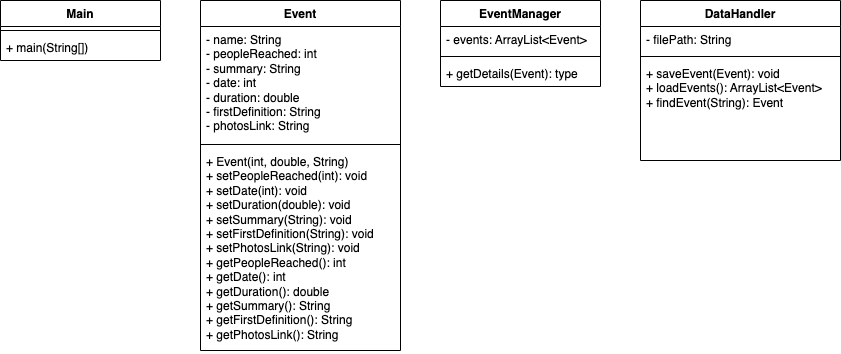
Above: documentation/UML.png in IHyperspaceI/CS-IA (draw.io), before the change. Source tidied: cells renumbered, new cells last; positions are measured from the earlier drawing's top-left corner, leaving out a move shared by most shapes.
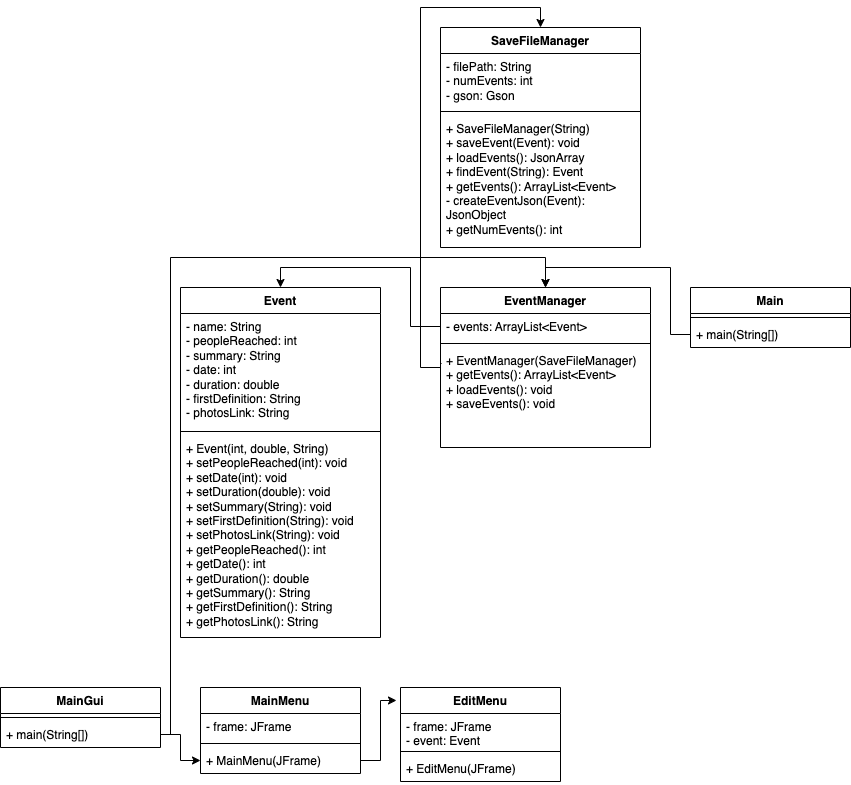
After the commit.

Commit message:
load to GitHub

The edit, as a diff of the source:
```diff
@@ -3,7 +3,7 @@
     <mxCell id="0" />
     <mxCell id="1" parent="0" />
     <mxCell id="2" value="Event" style="swimlane;fontStyle=1;align=center;verticalAlign=top;horizontal=1;startSize=26;whiteSpace=wrap;html=1;" parent="1" vertex="1">
-      <mxGeometry x="200" width="200" height="350" as="geometry" />
+      <mxGeometry x="180" width="200" height="350" as="geometry" />
     </mxCell>
     <mxCell id="3" value="- name: String&lt;br&gt;- peopleReached: int&lt;br style=&quot;border-color: var(--border-color);&quot;&gt;- summary: String&lt;br style=&quot;border-color: var(--border-color);&quot;&gt;- date: int&lt;br&gt;- duration: double&lt;br&gt;- firstDefinition: String&lt;br&gt;- photosLink: String" style="text;strokeColor=none;fillColor=none;align=left;verticalAlign=top;spacingLeft=4;spacingRight=4;overflow=hidden;whiteSpace=wrap;html=1;" parent="2" vertex="1">
       <mxGeometry y="26" width="200" height="114" as="geometry" />
@@ -15,7 +15,7 @@
       <mxGeometry y="148" width="200" height="202" as="geometry" />
     </mxCell>
     <mxCell id="6" value="Main" style="swimlane;fontStyle=1;align=center;verticalAlign=top;horizontal=1;startSize=26;whiteSpace=wrap;html=1;" parent="1" vertex="1">
-      <mxGeometry width="160" height="60" as="geometry" />
+      <mxGeometry x="690" width="160" height="60" as="geometry" />
     </mxCell>
     <mxCell id="7" style="line;strokeWidth=1;fillColor=none;align=left;verticalAlign=middle;spacingTop=-1;spacingLeft=3;spacingRight=3;labelPosition=right;strokeColor=inherit;" parent="6" vertex="1">
       <mxGeometry y="26" width="160" height="8" as="geometry" />
@@ -24,28 +24,93 @@
       <mxGeometry y="34" width="160" height="26" as="geometry" />
     </mxCell>
     <mxCell id="9" value="EventManager" style="swimlane;fontStyle=1;align=center;verticalAlign=top;horizontal=1;startSize=26;whiteSpace=wrap;html=1;" parent="1" vertex="1">
-      <mxGeometry x="440" width="160" height="86" as="geometry" />
+      <mxGeometry x="440" width="210" height="160" as="geometry" />
     </mxCell>
     <mxCell id="10" value="- events: ArrayList&amp;lt;Event&amp;gt;" style="text;strokeColor=none;fillColor=none;align=left;verticalAlign=top;spacingLeft=4;spacingRight=4;overflow=hidden;points=[[0,0.5],[1,0.5]];portConstraint=eastwest;whiteSpace=wrap;html=1;" parent="9" vertex="1">
-      <mxGeometry y="26" width="160" height="26" as="geometry" />
+      <mxGeometry y="26" width="210" height="26" as="geometry" />
     </mxCell>
     <mxCell id="11" style="line;strokeWidth=1;fillColor=none;align=left;verticalAlign=middle;spacingTop=-1;spacingLeft=3;spacingRight=3;labelPosition=right;strokeColor=inherit;" parent="9" vertex="1">
-      <mxGeometry y="52" width="160" height="8" as="geometry" />
+      <mxGeometry y="52" width="210" height="8" as="geometry" />
     </mxCell>
-    <mxCell id="12" value="+ getDetails(Event): type" style="text;strokeColor=none;fillColor=none;align=left;verticalAlign=top;spacingLeft=4;spacingRight=4;overflow=hidden;points=[[0,0.5],[1,0.5]];portConstraint=eastwest;whiteSpace=wrap;html=1;" parent="9" vertex="1">
-      <mxGeometry y="60" width="160" height="26" as="geometry" />
+    <mxCell id="12" value="+ EventManager(SaveFileManager)&lt;br&gt;+ getEvents(): ArrayList&amp;lt;Event&amp;gt;&lt;br&gt;+ loadEvents(): void&lt;br&gt;+ saveEvents(): void" style="text;strokeColor=none;fillColor=none;align=left;verticalAlign=top;spacingLeft=4;spacingRight=4;overflow=hidden;points=[[0,0.5],[1,0.5]];portConstraint=eastwest;whiteSpace=wrap;html=1;" parent="9" vertex="1">
+      <mxGeometry y="60" width="210" height="100" as="geometry" />
     </mxCell>
-    <mxCell id="13" value="DataHandler" style="swimlane;fontStyle=1;align=center;verticalAlign=top;horizontal=1;startSize=26;whiteSpace=wrap;html=1;" parent="1" vertex="1">
-      <mxGeometry x="640" width="200" height="160" as="geometry" />
+    <mxCell id="13" value="SaveFileManager" style="swimlane;fontStyle=1;align=center;verticalAlign=top;horizontal=1;startSize=26;whiteSpace=wrap;html=1;" parent="1" vertex="1">
+      <mxGeometry x="440" y="-260" width="200" height="220" as="geometry" />
     </mxCell>
-    <mxCell id="14" value="- filePath: String" style="text;strokeColor=none;fillColor=none;align=left;verticalAlign=top;spacingLeft=4;spacingRight=4;overflow=hidden;whiteSpace=wrap;html=1;" parent="13" vertex="1">
-      <mxGeometry y="26" width="200" height="26" as="geometry" />
+    <mxCell id="14" value="- filePath: String&lt;br&gt;- numEvents: int&lt;br&gt;- gson: Gson" style="text;strokeColor=none;fillColor=none;align=left;verticalAlign=top;spacingLeft=4;spacingRight=4;overflow=hidden;whiteSpace=wrap;html=1;" parent="13" vertex="1">
+      <mxGeometry y="26" width="200" height="54" as="geometry" />
     </mxCell>
     <mxCell id="15" style="line;strokeWidth=1;fillColor=none;align=left;verticalAlign=middle;spacingTop=-1;spacingLeft=3;spacingRight=3;labelPosition=right;strokeColor=inherit;" parent="13" vertex="1">
-      <mxGeometry y="52" width="200" height="8" as="geometry" />
+      <mxGeometry y="80" width="200" height="8" as="geometry" />
     </mxCell>
-    <mxCell id="16" value="+ saveEvent(Event): void&lt;br&gt;+ loadEvents(): ArrayList&amp;lt;Event&amp;gt;&lt;br&gt;+ findEvent(String): Event" style="text;strokeColor=none;fillColor=none;align=left;verticalAlign=top;spacingLeft=4;spacingRight=4;overflow=hidden;whiteSpace=wrap;html=1;" parent="13" vertex="1">
-      <mxGeometry y="60" width="200" height="100" as="geometry" />
+    <mxCell id="16" value="+ SaveFileManager(String)&lt;br&gt;+ saveEvent(Event): void&lt;br&gt;+ loadEvents(): JsonArray&lt;br&gt;+ findEvent(String): Event&lt;br&gt;+ getEvents(): ArrayList&amp;lt;Event&amp;gt;&lt;br&gt;- createEventJson(Event): JsonObject&lt;br&gt;+ getNumEvents(): int" style="text;strokeColor=none;fillColor=none;align=left;verticalAlign=top;spacingLeft=4;spacingRight=4;overflow=hidden;whiteSpace=wrap;html=1;" parent="13" vertex="1">
+      <mxGeometry y="88" width="200" height="132" as="geometry" />
     </mxCell>
+    <mxCell id="17" value="MainGui" style="swimlane;fontStyle=1;align=center;verticalAlign=top;horizontal=1;startSize=26;whiteSpace=wrap;html=1;" parent="1" vertex="1">
+      <mxGeometry y="400" width="160" height="60" as="geometry" />
+    </mxCell>
+    <mxCell id="18" style="line;strokeWidth=1;fillColor=none;align=left;verticalAlign=middle;spacingTop=-1;spacingLeft=3;spacingRight=3;labelPosition=right;strokeColor=inherit;" parent="17" vertex="1">
+      <mxGeometry y="26" width="160" height="8" as="geometry" />
+    </mxCell>
+    <mxCell id="19" value="+ main(String[])" style="text;strokeColor=none;fillColor=none;align=left;verticalAlign=top;spacingLeft=4;spacingRight=4;overflow=hidden;points=[[0,0.5],[1,0.5]];portConstraint=eastwest;whiteSpace=wrap;html=1;" parent="17" vertex="1">
+      <mxGeometry y="34" width="160" height="26" as="geometry" />
+    </mxCell>
+    <mxCell id="20" value="MainMenu" style="swimlane;fontStyle=1;align=center;verticalAlign=top;horizontal=1;startSize=26;whiteSpace=wrap;html=1;" parent="1" vertex="1">
+      <mxGeometry x="200" y="400" width="160" height="86" as="geometry" />
+    </mxCell>
+    <mxCell id="21" value="- frame: JFrame" style="text;strokeColor=none;fillColor=none;align=left;verticalAlign=top;spacingLeft=4;spacingRight=4;overflow=hidden;whiteSpace=wrap;html=1;" parent="20" vertex="1">
+      <mxGeometry y="26" width="160" height="26" as="geometry" />
+    </mxCell>
+    <mxCell id="22" style="line;strokeWidth=1;fillColor=none;align=left;verticalAlign=middle;spacingTop=-1;spacingLeft=3;spacingRight=3;labelPosition=right;strokeColor=inherit;" parent="20" vertex="1">
+      <mxGeometry y="52" width="160" height="8" as="geometry" />
+    </mxCell>
+    <mxCell id="23" value="+ MainMenu(JFrame)" style="text;strokeColor=none;fillColor=none;align=left;verticalAlign=top;spacingLeft=4;spacingRight=4;overflow=hidden;points=[[0,0.5],[1,0.5]];portConstraint=eastwest;whiteSpace=wrap;html=1;" parent="20" vertex="1">
+      <mxGeometry y="60" width="160" height="26" as="geometry" />
+    </mxCell>
+    <mxCell id="24" value="EditMenu" style="swimlane;fontStyle=1;align=center;verticalAlign=top;horizontal=1;startSize=26;whiteSpace=wrap;html=1;" parent="1" vertex="1">
+      <mxGeometry x="400" y="400" width="160" height="94" as="geometry" />
+    </mxCell>
+    <mxCell id="25" value="- frame: JFrame&lt;br&gt;- event: Event" style="text;strokeColor=none;fillColor=none;align=left;verticalAlign=top;spacingLeft=4;spacingRight=4;overflow=hidden;whiteSpace=wrap;html=1;" parent="24" vertex="1">
+      <mxGeometry y="26" width="160" height="34" as="geometry" />
+    </mxCell>
+    <mxCell id="26" style="line;strokeWidth=1;fillColor=none;align=left;verticalAlign=middle;spacingTop=-1;spacingLeft=3;spacingRight=3;labelPosition=right;strokeColor=inherit;" parent="24" vertex="1">
+      <mxGeometry y="60" width="160" height="8" as="geometry" />
+    </mxCell>
+    <mxCell id="27" value="+ EditMenu(JFrame)" style="text;strokeColor=none;fillColor=none;align=left;verticalAlign=top;spacingLeft=4;spacingRight=4;overflow=hidden;whiteSpace=wrap;html=1;" parent="24" vertex="1">
+      <mxGeometry y="68" width="160" height="26" as="geometry" />
+    </mxCell>
+    <mxCell id="28" style="edgeStyle=orthogonalEdgeStyle;rounded=0;jettySize=auto;html=1;exitX=1;exitY=0.5;exitDx=0;exitDy=0;entryX=-0.025;entryY=0.138;entryDx=0;entryDy=0;entryPerimeter=0;" parent="1" edge="1" source="23" target="24">
+      <mxGeometry relative="1" as="geometry" />
+    </mxCell>
+    <mxCell id="29" style="edgeStyle=orthogonalEdgeStyle;rounded=0;jettySize=auto;html=1;exitX=1;exitY=0.5;exitDx=0;exitDy=0;entryX=0;entryY=0.5;entryDx=0;entryDy=0;" parent="1" edge="1" source="19" target="23">
+      <mxGeometry relative="1" as="geometry" />
+    </mxCell>
+    <mxCell id="30" style="edgeStyle=orthogonalEdgeStyle;rounded=0;jettySize=auto;html=1;exitX=0;exitY=0.5;exitDx=0;exitDy=0;entryX=0.5;entryY=0;entryDx=0;entryDy=0;" parent="1" edge="1" source="8" target="9">
+      <mxGeometry relative="1" as="geometry" />
+    </mxCell>
+    <mxCell id="31" style="edgeStyle=orthogonalEdgeStyle;rounded=0;jettySize=auto;html=1;exitX=0;exitY=0.5;exitDx=0;exitDy=0;entryX=0.5;entryY=0;entryDx=0;entryDy=0;" parent="1" edge="1" source="10" target="2">
+      <mxGeometry relative="1" as="geometry" />
+    </mxCell>
+    <mxCell id="32" style="edgeStyle=orthogonalEdgeStyle;rounded=0;jettySize=auto;html=1;exitX=0.005;exitY=0.16;exitDx=0;exitDy=0;entryX=0.5;entryY=0;entryDx=0;entryDy=0;exitPerimeter=0;" parent="1" edge="1" source="12" target="13">
+      <mxGeometry relative="1" as="geometry">
+        <Array as="points">
+          <mxPoint x="440" y="76" />
+          <mxPoint x="440" y="80" />
+          <mxPoint x="420" y="80" />
+          <mxPoint x="420" y="-280" />
+          <mxPoint x="540" y="-280" />
+        </Array>
+      </mxGeometry>
+    </mxCell>
+    <mxCell id="33" style="edgeStyle=orthogonalEdgeStyle;rounded=0;jettySize=auto;html=1;exitX=1;exitY=0.5;exitDx=0;exitDy=0;entryX=0.5;entryY=0;entryDx=0;entryDy=0;" parent="1" edge="1" source="19" target="9">
+      <mxGeometry relative="1" as="geometry">
+        <Array as="points">
+          <mxPoint x="170" y="447" />
+          <mxPoint x="170" y="-30" />
+          <mxPoint x="545" y="-30" />
+        </Array>
+      </mxGeometry>
+    </mxCell>
   </root>
 </mxGraphModel>
```
